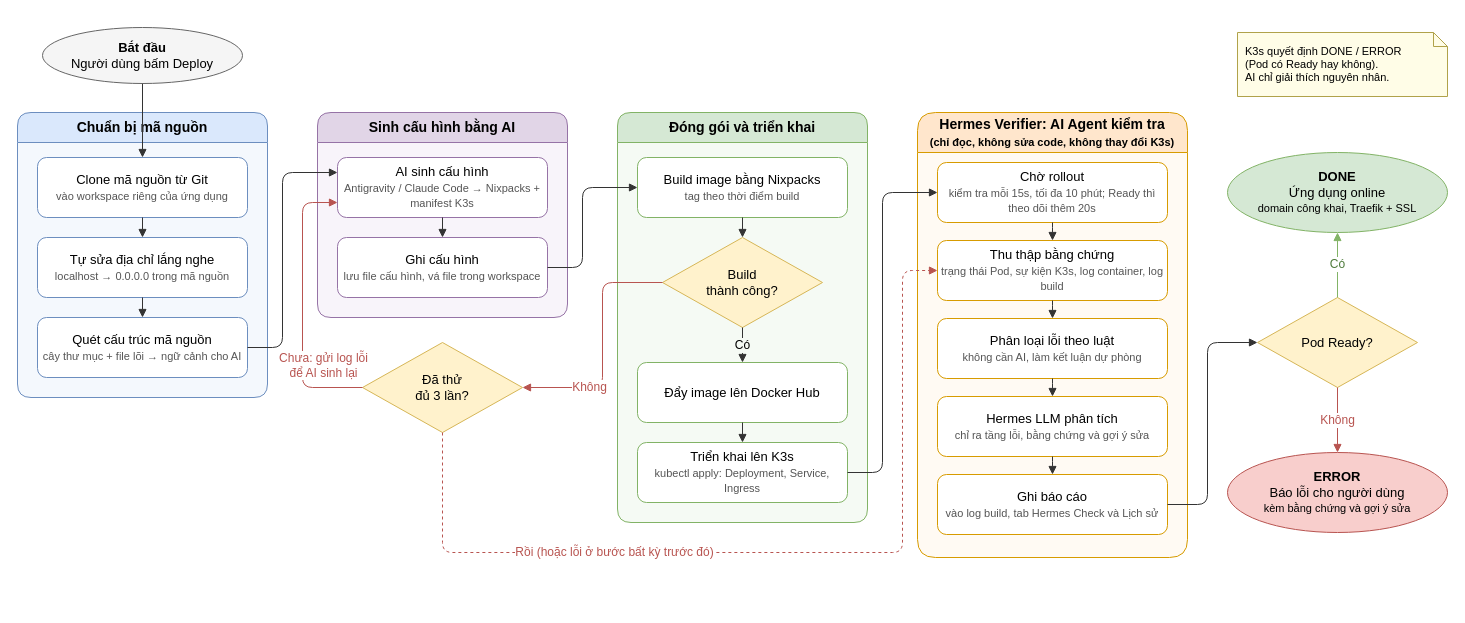
Above: docs/diagrams/autonomous-build-pipeline.drawio in tobi1008/vibe-core (draw.io), before the change. Source tidied: cells renumbered, new cells numbered last; positions are measured from the earlier drawing's top-left corner, leaving out a move shared by most shapes. Both pictures are drawn from the tidied source at 100%, with x=0, y=0 at pixel (17, 27).
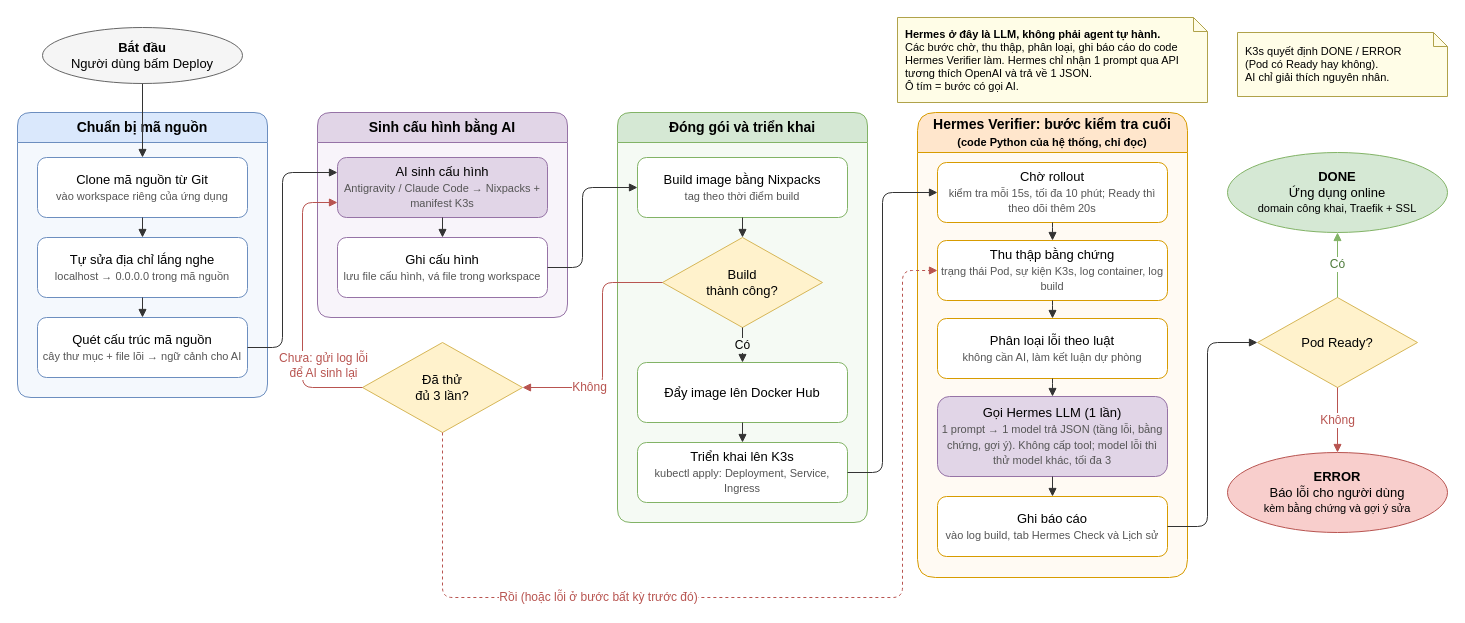
The same diagram, later.

Commit message (it also covers changes not shown here):
docs(sơ đồ): ghi rõ Hermes chỉ được gọi một lần để giải thích lỗi, không tự chạy lệnh

Unchanged cells that the change refers to:
```xml
<mxCell id="7" value="Sinh cấu hình bằng AI" style="swimlane;whiteSpace=wrap;html=1;rounded=1;startSize=30;fillColor=#e1d5e7;strokeColor=#9673a6;swimlaneFillColor=#f8f4fa;fontSize=14;fontStyle=1;" parent="1" vertex="1">
  <mxGeometry x="300" y="85" width="250" height="205" as="geometry" />
</mxCell>
<mxCell id="10" value="Đã thử&lt;br&gt;đủ 3 lần?" style="rhombus;whiteSpace=wrap;html=1;fillColor=#fff2cc;strokeColor=#d6b656;fontSize=13;" parent="1" vertex="1">
  <mxGeometry x="345" y="315" width="160" height="90" as="geometry" />
</mxCell>
<mxCell id="18" value="Thu thập bằng chứng&lt;br&gt;&lt;font style=&quot;font-size:11px&quot; color=&quot;#555555&quot;&gt;trạng thái Pod, sự kiện K3s, log container, log build&lt;/font&gt;" style="rounded=1;whiteSpace=wrap;html=1;fillColor=#ffffff;strokeColor=#d79b00;fontSize=13;" parent="16" vertex="1">
  <mxGeometry x="20" y="128" width="230" height="60" as="geometry" />
</mxCell>
<mxCell id="24" value="Pod Ready?" style="rhombus;whiteSpace=wrap;html=1;fillColor=#fff2cc;strokeColor=#d6b656;fontSize=13;" parent="1" vertex="1">
  <mxGeometry x="1240" y="270" width="160" height="90" as="geometry" />
</mxCell>
```

What changed in the source:
```diff
@@
-    <mxCell id="8" value="AI sinh cấu hình&lt;br&gt;&lt;font style=&quot;font-size:11px&quot; color=&quot;#555555&quot;&gt;Antigravity / Claude Code → Nixpacks + manifest K3s&lt;/font&gt;" style="rounded=1;whiteSpace=wrap;html=1;fillColor=#ffffff;strokeColor=#9673a6;fontSize=13;" parent="7" vertex="1">
+    <mxCell id="8" value="AI sinh cấu hình&lt;br&gt;&lt;font style=&quot;font-size:11px&quot; color=&quot;#555555&quot;&gt;Antigravity / Claude Code → Nixpacks + manifest K3s&lt;/font&gt;" style="rounded=1;whiteSpace=wrap;html=1;fillColor=#e1d5e7;strokeColor=#9673a6;fontSize=13;" parent="7" vertex="1">
       <mxGeometry x="20" y="45" width="210" height="60" as="geometry" />
     </mxCell>
@@
-    <mxCell id="16" value="Hermes Verifier: AI Agent kiểm tra&lt;br&gt;&lt;font style=&quot;font-size:11px&quot;&gt;(chỉ đọc, không sửa code, không thay đổi K3s)&lt;/font&gt;" style="swimlane;whiteSpace=wrap;html=1;rounded=1;startSize=40;fillColor=#ffe6cc;strokeColor=#d79b00;swimlaneFillColor=#fffaf3;fontSize=14;fontStyle=1;" parent="1" vertex="1">
-      <mxGeometry x="900" y="85" width="270" height="445" as="geometry" />
+    <mxCell id="16" value="Hermes Verifier: bước kiểm tra cuối&lt;br&gt;&lt;font style=&quot;font-size:11px&quot;&gt;(code Python của hệ thống, chỉ đọc)&lt;/font&gt;" style="swimlane;whiteSpace=wrap;html=1;rounded=1;startSize=40;fillColor=#ffe6cc;strokeColor=#d79b00;swimlaneFillColor=#fffaf3;fontSize=14;fontStyle=1;" parent="1" vertex="1">
+      <mxGeometry x="900" y="85" width="270" height="465" as="geometry" />
     </mxCell>
@@
-    <mxCell id="20" value="Hermes LLM phân tích&lt;br&gt;&lt;font style=&quot;font-size:11px&quot; color=&quot;#555555&quot;&gt;chỉ ra tầng lỗi, bằng chứng và gợi ý sửa&lt;/font&gt;" style="rounded=1;whiteSpace=wrap;html=1;fillColor=#ffffff;strokeColor=#d79b00;fontSize=13;" parent="16" vertex="1">
-      <mxGeometry x="20" y="284" width="230" height="60" as="geometry" />
+    <mxCell id="20" value="Gọi Hermes LLM (1 lần)&lt;br&gt;&lt;font style=&quot;font-size:11px&quot; color=&quot;#555555&quot;&gt;1 prompt → 1 model trả JSON (tầng lỗi, bằng chứng, gợi ý). Không cấp tool; model lỗi thì thử model khác, tối đa 3&lt;/font&gt;" style="rounded=1;whiteSpace=wrap;html=1;fillColor=#e1d5e7;strokeColor=#9673a6;fontSize=13;" parent="16" vertex="1">
+      <mxGeometry x="20" y="284" width="230" height="80" as="geometry" />
     </mxCell>
     <mxCell id="21" value="Ghi báo cáo&lt;br&gt;&lt;font style=&quot;font-size:11px&quot; color=&quot;#555555&quot;&gt;vào log build, tab Hermes Check và Lịch sử&lt;/font&gt;" style="rounded=1;whiteSpace=wrap;html=1;fillColor=#ffffff;strokeColor=#d79b00;fontSize=13;" parent="16" vertex="1">
-      <mxGeometry x="20" y="362" width="230" height="60" as="geometry" />
+      <mxGeometry x="20" y="384" width="230" height="60" as="geometry" />
     </mxCell>
+    <mxCell id="46" value="&lt;b&gt;Hermes ở đây là LLM, không phải agent tự hành.&lt;/b&gt;&lt;br&gt;Các bước chờ, thu thập, phân loại, ghi báo cáo do code Hermes Verifier làm. Hermes chỉ nhận 1 prompt qua API tương thích OpenAI và trả về 1 JSON.&lt;br&gt;Ô tím = bước có gọi AI." style="shape=note;whiteSpace=wrap;html=1;size=14;fillColor=#fffde7;strokeColor=#b0a24a;fontSize=11;align=left;spacingLeft=6;" parent="1" vertex="1">
+      <mxGeometry x="880" y="-10" width="310" height="85" as="geometry" />
+    </mxCell>
@@
     <mxCell id="40" style="edgeStyle=orthogonalEdgeStyle;html=1;endArrow=block;endFill=1;strokeColor=#333333;exitX=1;exitY=0.5;exitDx=0;exitDy=0;entryX=0;entryY=0.5;entryDx=0;entryDy=0;" parent="1" edge="1" source="21" target="24">
       <mxGeometry relative="1" as="geometry">
         <Array as="points">
-          <mxPoint x="1190" y="477" />
+          <mxPoint x="1190" y="499" />
           <mxPoint x="1190" y="315" />
         </Array>
       </mxGeometry>
     </mxCell>
@@
     <mxCell id="43" value="Rồi (hoặc lỗi ở bước bất kỳ trước đó)" style="edgeStyle=orthogonalEdgeStyle;html=1;endArrow=block;endFill=1;strokeColor=#b85450;fontColor=#b85450;fontSize=12;dashed=1;labelBackgroundColor=#ffffff;exitX=0.5;exitY=1;exitDx=0;exitDy=0;entryX=0;entryY=0.5;entryDx=0;entryDy=0;" parent="1" edge="1" source="10" target="18">
       <mxGeometry x="-0.35" relative="1" as="geometry">
         <Array as="points">
-          <mxPoint x="425" y="525" />
-          <mxPoint x="885" y="525" />
+          <mxPoint x="425" y="570" />
+          <mxPoint x="885" y="570" />
           <mxPoint x="885" y="243" />
         </Array>
       </mxGeometry>
     </mxCell>
```
